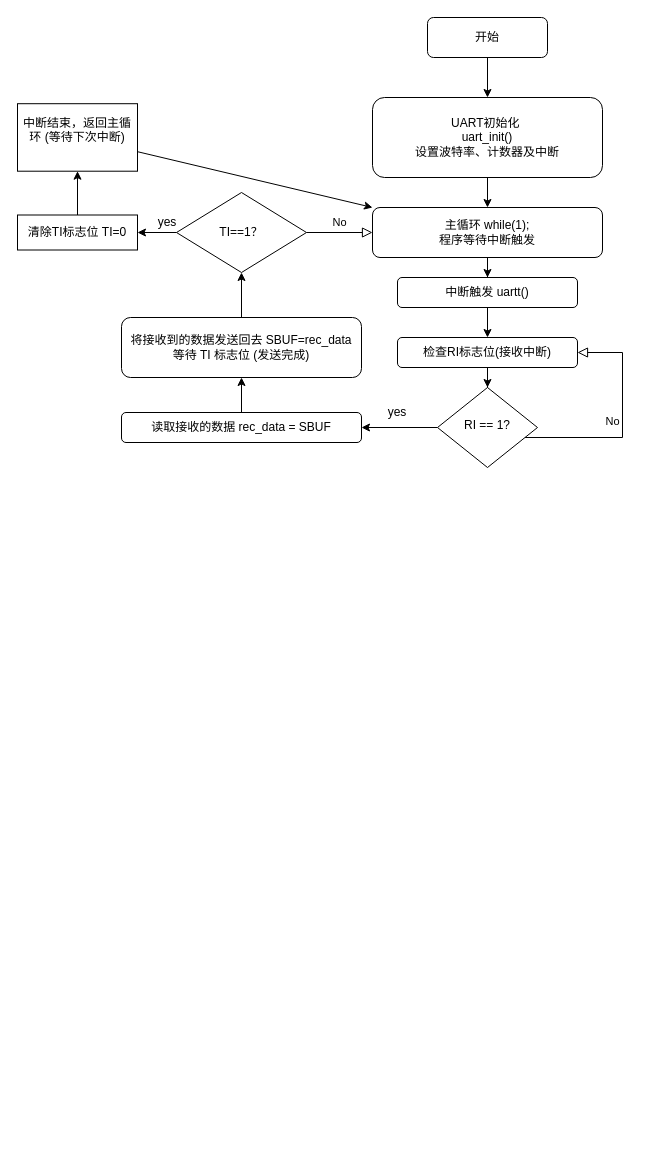
This is 下位机流程图.drawio from GanYv123/SmartHome, a draw.io file, before an edit. Source tidied: cells renumbered, new cells numbered last; positions are measured from the earlier drawing's top-left corner, leaving out a move shared by most shapes. Both pictures are drawn from the tidied source at 100%, with x=0, y=0 at pixel (17, 17).
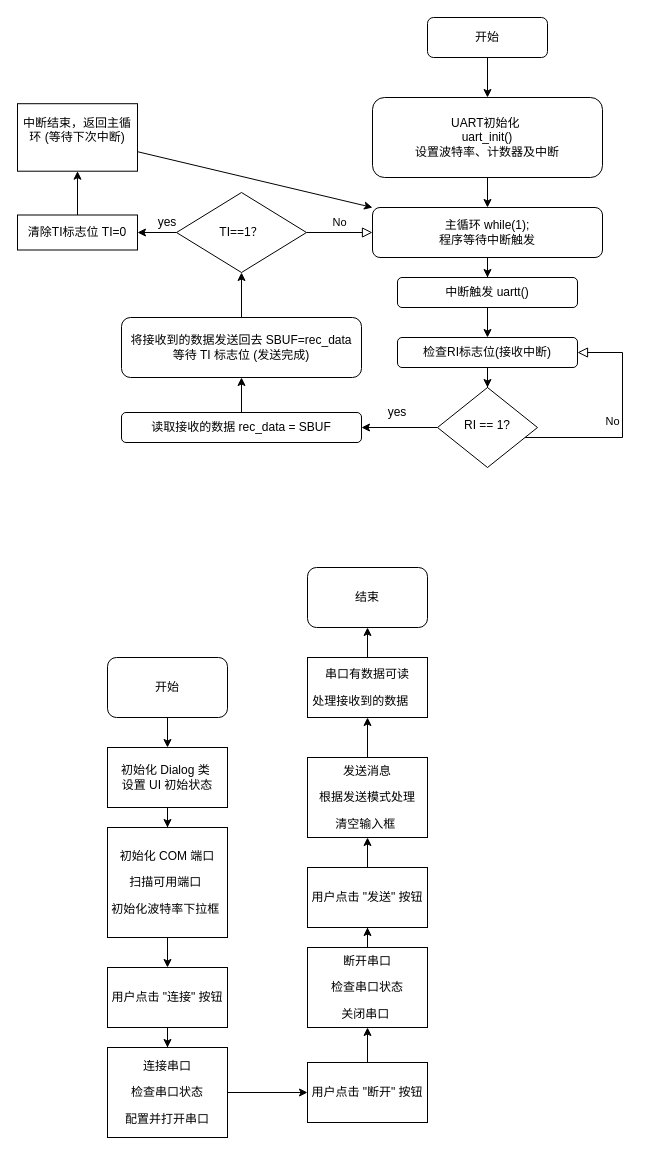
After the change.

Commit message:
添加上位机流程图

The edit, as a diff of the source:
```diff
@@
+    <mxCell id="28" style="edgeStyle=orthogonalEdgeStyle;rounded=0;jettySize=auto;html=1;" parent="1" edge="1" source="29" target="31">
+      <mxGeometry relative="1" as="geometry" />
+    </mxCell>
+    <mxCell id="29" value="开始" style="rounded=1;whiteSpace=wrap;html=1;" parent="1" vertex="1">
+      <mxGeometry x="90" y="640" width="120" height="60" as="geometry" />
+    </mxCell>
+    <mxCell id="30" style="edgeStyle=orthogonalEdgeStyle;rounded=0;jettySize=auto;html=1;" parent="1" edge="1" source="31" target="33">
+      <mxGeometry relative="1" as="geometry" />
+    </mxCell>
+    <mxCell id="31" value="初始化 Dialog 类&amp;nbsp;&lt;div&gt;&lt;span style=&quot;background-color: initial;&quot;&gt;设置 UI 初始状态&lt;/span&gt;&lt;/div&gt;" style="rounded=0;whiteSpace=wrap;html=1;" parent="1" vertex="1">
+      <mxGeometry x="90" y="730" width="120" height="60" as="geometry" />
+    </mxCell>
+    <mxCell id="32" style="edgeStyle=orthogonalEdgeStyle;rounded=0;jettySize=auto;html=1;" parent="1" edge="1" source="33" target="35">
+      <mxGeometry relative="1" as="geometry" />
+    </mxCell>
+    <mxCell id="33" value="&lt;p&gt;初始化 COM 端口   &lt;/p&gt;&lt;p&gt; 扫描可用端口&amp;nbsp;&lt;/p&gt;&lt;p&gt;&amp;nbsp;初始化波特率下拉框&amp;nbsp;&amp;nbsp;&lt;/p&gt;" style="rounded=0;whiteSpace=wrap;html=1;" parent="1" vertex="1">
+      <mxGeometry x="90" y="810" width="120" height="110" as="geometry" />
+    </mxCell>
+    <mxCell id="34" style="edgeStyle=orthogonalEdgeStyle;rounded=0;jettySize=auto;html=1;" parent="1" edge="1" source="35" target="37">
+      <mxGeometry relative="1" as="geometry" />
+    </mxCell>
+    <mxCell id="35" value="用户点击 &quot;连接&quot; 按钮" style="rounded=0;whiteSpace=wrap;html=1;" parent="1" vertex="1">
+      <mxGeometry x="90" y="950" width="120" height="60" as="geometry" />
+    </mxCell>
+    <mxCell id="36" style="edgeStyle=orthogonalEdgeStyle;rounded=0;jettySize=auto;html=1;" parent="1" edge="1" source="37" target="39">
+      <mxGeometry relative="1" as="geometry" />
+    </mxCell>
+    <mxCell id="37" value="&lt;p&gt;连接串口&lt;/p&gt;&lt;p&gt;检查串口状态&lt;/p&gt;&lt;p&gt;配置并打开串口&lt;/p&gt;" style="whiteSpace=wrap;html=1;rounded=0;" parent="1" vertex="1">
+      <mxGeometry x="90" y="1030" width="120" height="90" as="geometry" />
+    </mxCell>
+    <mxCell id="38" style="edgeStyle=orthogonalEdgeStyle;rounded=0;jettySize=auto;html=1;" parent="1" edge="1" source="39" target="41">
+      <mxGeometry relative="1" as="geometry" />
+    </mxCell>
+    <mxCell id="39" value="用户点击 &quot;断开&quot; 按钮" style="whiteSpace=wrap;html=1;rounded=0;" parent="1" vertex="1">
+      <mxGeometry x="290" y="1045" width="120" height="60" as="geometry" />
+    </mxCell>
+    <mxCell id="40" style="edgeStyle=orthogonalEdgeStyle;rounded=0;jettySize=auto;html=1;" parent="1" edge="1" source="41" target="43">
+      <mxGeometry relative="1" as="geometry" />
+    </mxCell>
+    <mxCell id="41" value="&lt;p&gt;断开串口 &lt;/p&gt;&lt;p&gt;检查串口状态 &lt;/p&gt;&lt;p&gt;关闭串口&amp;nbsp;&lt;/p&gt;" style="whiteSpace=wrap;html=1;rounded=0;" parent="1" vertex="1">
+      <mxGeometry x="290" y="930" width="120" height="80" as="geometry" />
+    </mxCell>
+    <mxCell id="42" style="edgeStyle=orthogonalEdgeStyle;rounded=0;jettySize=auto;html=1;" parent="1" edge="1" source="43" target="45">
+      <mxGeometry relative="1" as="geometry" />
+    </mxCell>
+    <mxCell id="43" value="用户点击 &quot;发送&quot; 按钮" style="whiteSpace=wrap;html=1;rounded=0;" parent="1" vertex="1">
+      <mxGeometry x="290" y="850" width="120" height="60" as="geometry" />
+    </mxCell>
+    <mxCell id="44" style="edgeStyle=orthogonalEdgeStyle;rounded=0;jettySize=auto;html=1;" parent="1" edge="1" source="45" target="47">
+      <mxGeometry relative="1" as="geometry" />
+    </mxCell>
+    <mxCell id="45" value="&lt;p&gt;发送消息&lt;/p&gt;&lt;p&gt;根据发送模式处理&lt;/p&gt;&lt;p&gt;清空输入框&amp;nbsp;&lt;/p&gt;" style="whiteSpace=wrap;html=1;rounded=0;" parent="1" vertex="1">
+      <mxGeometry x="290" y="740" width="120" height="80" as="geometry" />
+    </mxCell>
+    <mxCell id="46" style="edgeStyle=orthogonalEdgeStyle;rounded=0;jettySize=auto;html=1;" parent="1" edge="1" source="47" target="48">
+      <mxGeometry relative="1" as="geometry" />
+    </mxCell>
+    <mxCell id="47" value="&lt;p&gt;串口有数据可读&lt;/p&gt;&lt;p&gt;处理接收到的数据&amp;nbsp; &amp;nbsp;&amp;nbsp;&lt;/p&gt;" style="whiteSpace=wrap;html=1;rounded=0;" parent="1" vertex="1">
+      <mxGeometry x="290" y="640" width="120" height="60" as="geometry" />
+    </mxCell>
+    <mxCell id="48" value="结束" style="rounded=1;whiteSpace=wrap;html=1;" parent="1" vertex="1">
+      <mxGeometry x="290" y="550" width="120" height="60" as="geometry" />
+    </mxCell>
```
